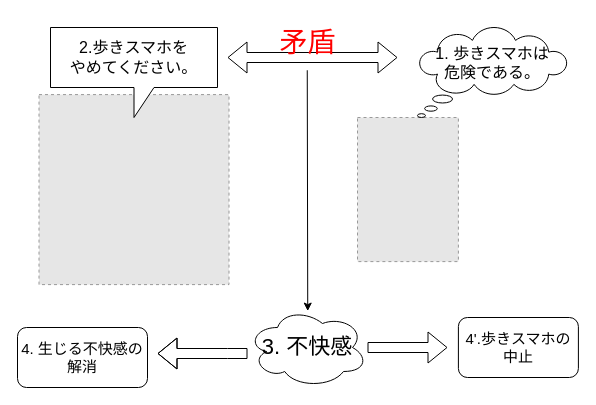
Earlier version of the draw.io diagram Paper/CDT.drawio (Amano-take/robot_B4). Source tidied: cells renumbered, new cells numbered last; positions are measured from the earlier drawing's top-left corner, leaving out a move shared by most shapes. Both pictures are drawn from the tidied source at 100%, with x=0, y=0 at pixel (17, 17). Pictures stored in the file or linked from it are replaced by grey dashed boxes.
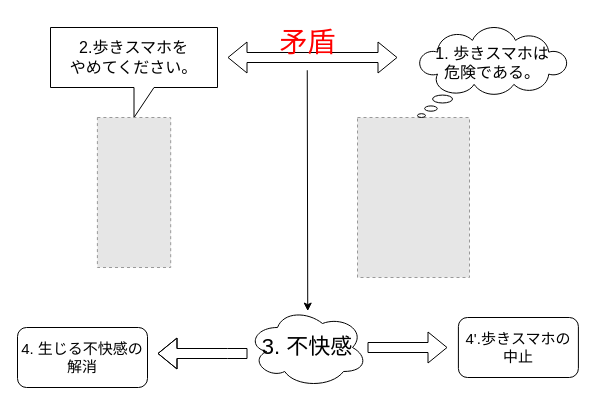
After the change.

What changed in the source:
```diff
@@
 <mxGraphModel>
   <root>
     <mxCell id="0" />
     <mxCell id="1" parent="0" />
-    <mxCell id="2" style="fillColor=#E6E6E6;strokeColor=#999999;dashed=1;verticalLabelPosition=bottom;labelBackgroundColor=default;verticalAlign=top;" parent="1" vertex="1">
-      <mxGeometry x="21.5" y="77.1" width="190" height="190" as="geometry" />
-    </mxCell>
     <mxCell id="3" value="&lt;font style=&quot;font-size: 16px;&quot;&gt;2.歩きスマホを&lt;br&gt;やめてください。&lt;/font&gt;" style="shape=callout;whiteSpace=wrap;html=1;perimeter=calloutPerimeter;" parent="1" vertex="1">
       <mxGeometry x="33" y="10" width="167" height="90" as="geometry" />
     </mxCell>
     <mxCell id="4" style="fillColor=#E6E6E6;strokeColor=#999999;dashed=1;verticalLabelPosition=bottom;labelBackgroundColor=default;verticalAlign=top;" parent="1" vertex="1">
-      <mxGeometry x="340" y="100" width="100.9" height="144.1" as="geometry" />
+      <mxGeometry x="340" y="100" width="112" height="160" as="geometry" />
     </mxCell>
     <mxCell id="5" value="&lt;font style=&quot;font-size: 16px;&quot;&gt;1. 歩きスマホは&lt;br&gt;危険である。&lt;br&gt;　&lt;/font&gt;" style="whiteSpace=wrap;html=1;shape=mxgraph.basic.cloud_callout;" parent="1" vertex="1">
       <mxGeometry x="400" y="10" width="150" height="90" as="geometry" />
     </mxCell>
     <mxCell id="6" style="shape=flexArrow;endArrow=classic;startArrow=classic;html=1;rounded=0;" parent="1" edge="1">
       <mxGeometry relative="1" as="geometry">
         <mxPoint x="210" y="40" as="sourcePoint" />
         <mxPoint x="380" y="40" as="targetPoint" />
       </mxGeometry>
     </mxCell>
     <mxCell id="7" value="&lt;font style=&quot;font-size: 28px;&quot; color=&quot;#ff0000&quot;&gt;矛盾&lt;/font&gt;" style="text;html=1;align=center;verticalAlign=middle;points=[];strokeColor=none;fillColor=none;" parent="1" vertex="1">
       <mxGeometry x="250" width="80" height="50" as="geometry" />
     </mxCell>
     <mxCell id="8" value="&lt;font style=&quot;font-size: 22px;&quot;&gt;3. 不快感&lt;/font&gt;" style="ellipse;shape=cloud;whiteSpace=wrap;html=1;" parent="1" vertex="1">
       <mxGeometry x="230" y="290" width="120" height="80" as="geometry" />
     </mxCell>
     <mxCell id="9" style="endArrow=classic;html=1;rounded=0;exitX=0.497;exitY=1.055;exitDx=0;exitDy=0;exitPerimeter=0;entryX=0.502;entryY=0.045;entryDx=0;entryDy=0;entryPerimeter=0;" parent="1" edge="1" source="7" target="8">
       <mxGeometry relative="1" as="geometry" />
     </mxCell>
     <mxCell id="10" style="shape=flexArrow;endArrow=classic;html=1;rounded=0;" parent="1" edge="1" source="8">
       <mxGeometry relative="1" as="geometry">
         <mxPoint x="430" y="330" as="targetPoint" />
       </mxGeometry>
     </mxCell>
     <mxCell id="11" style="shape=flexArrow;endArrow=classic;html=1;rounded=0;" parent="1" edge="1">
       <mxGeometry relative="1" as="geometry">
         <mxPoint x="230" y="336" as="sourcePoint" />
         <mxPoint x="140" y="336" as="targetPoint" />
         <Array as="points">
           <mxPoint x="210" y="336" />
         </Array>
       </mxGeometry>
     </mxCell>
     <mxCell id="12" value="&lt;font style=&quot;font-size: 15px;&quot;&gt;4'.歩きスマホの中止&lt;/font&gt;" style="rounded=1;whiteSpace=wrap;html=1;" parent="1" vertex="1">
       <mxGeometry x="440.9" y="300" width="120" height="60" as="geometry" />
     </mxCell>
     <mxCell id="13" value="&lt;font style=&quot;font-size: 15px;&quot;&gt;4. 生じる不快感の解消&lt;/font&gt;" style="rounded=1;whiteSpace=wrap;html=1;" parent="1" vertex="1">
       <mxGeometry y="310" width="130" height="60" as="geometry" />
     </mxCell>
+    <mxCell id="14" style="fillColor=#E6E6E6;strokeColor=#999999;dashed=1;verticalLabelPosition=bottom;labelBackgroundColor=default;verticalAlign=top;" parent="1" vertex="1">
+      <mxGeometry x="79.9" y="100" width="73.3" height="150" as="geometry" />
+    </mxCell>
   </root>
 </mxGraphModel>
```
